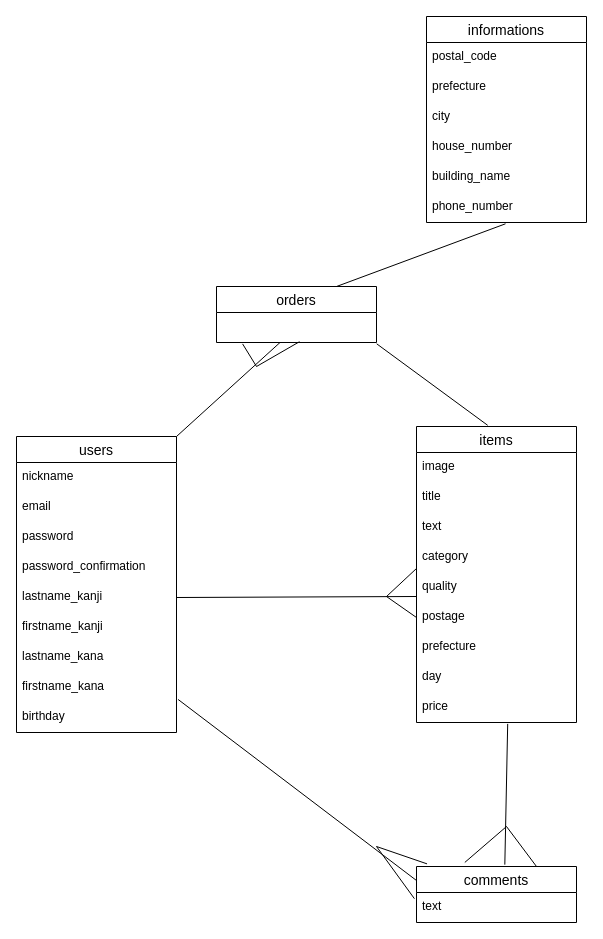
Before: ER.dio in peter0726/furima-41113, a draw.io diagram. Source tidied: cells renumbered, new cells numbered last; positions are measured from the earlier drawing's top-left corner, leaving out a move shared by most shapes. Both pictures are drawn from the tidied source at 100%, with x=0, y=0 at pixel (16, 16).
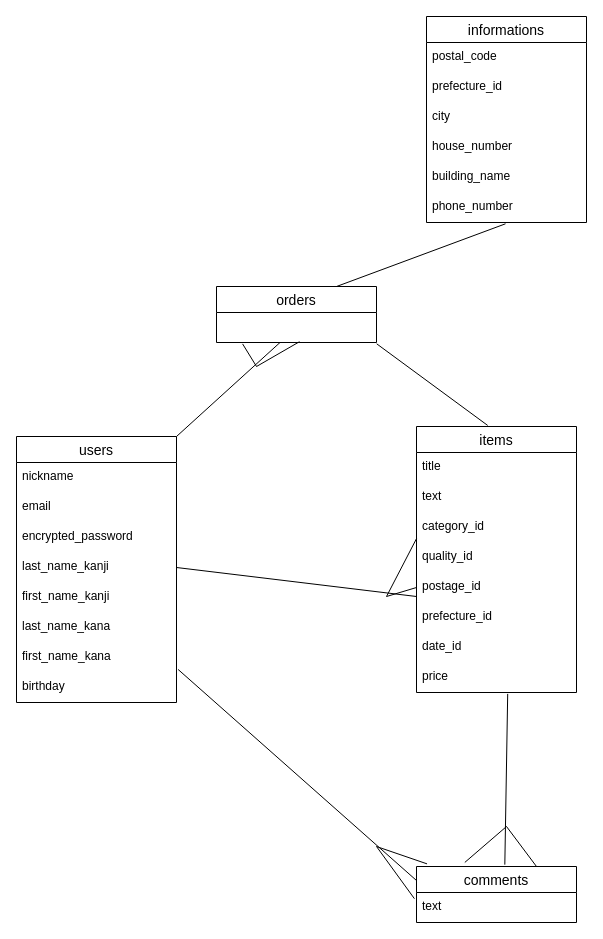
The same page after the edit.

Commit message (it also covers changes not shown here):
ER図、readmeの修正

Unchanged cells that the change refers to:
```xml
<mxCell id="25" value="informations" style="swimlane;fontStyle=0;horizontal=1;startSize=26;align=center;fontSize=14;" parent="1" vertex="1">
  <mxGeometry x="410" width="160" height="206" as="geometry" />
</mxCell>
```

Diff of the diagram source:
```diff
@@
     <mxCell id="2" value="users" style="swimlane;fontStyle=0;horizontal=1;startSize=26;align=center;fontSize=14;" parent="1" vertex="1">
-      <mxGeometry y="420" width="160" height="296" as="geometry" />
+      <mxGeometry y="420" width="160" height="266" as="geometry" />
     </mxCell>
@@
-    <mxCell id="5" value="password" style="text;strokeColor=none;fillColor=none;spacingLeft=4;spacingRight=4;overflow=hidden;fontSize=12;" parent="2" vertex="1">
-      <mxGeometry y="86" width="160" height="30" as="geometry" />
-    </mxCell>
-    <mxCell id="6" value="password_confirmation" style="text;strokeColor=none;fillColor=none;spacingLeft=4;spacingRight=4;overflow=hidden;fontSize=12;" parent="2" vertex="1">
-      <mxGeometry y="116" width="160" height="30" as="geometry" />
+    <mxCell id="6" value="encrypted_password" style="text;strokeColor=none;fillColor=none;spacingLeft=4;spacingRight=4;overflow=hidden;fontSize=12;" parent="2" vertex="1">
+      <mxGeometry y="86" width="160" height="30" as="geometry" />
     </mxCell>
-    <mxCell id="7" value="lastname_kanji" style="text;strokeColor=none;fillColor=none;spacingLeft=4;spacingRight=4;overflow=hidden;points=[[0,0.5],[1,0.5]];portConstraint=eastwest;fontSize=12;" parent="2" vertex="1">
-      <mxGeometry y="146" width="160" height="30" as="geometry" />
+    <mxCell id="7" value="last_name_kanji" style="text;strokeColor=none;fillColor=none;spacingLeft=4;spacingRight=4;overflow=hidden;points=[[0,0.5],[1,0.5]];portConstraint=eastwest;fontSize=12;" parent="2" vertex="1">
+      <mxGeometry y="116" width="160" height="30" as="geometry" />
     </mxCell>
-    <mxCell id="8" value="firstname_kanji" style="text;strokeColor=none;fillColor=none;spacingLeft=4;spacingRight=4;overflow=hidden;fontSize=12;" parent="2" vertex="1">
-      <mxGeometry y="176" width="160" height="30" as="geometry" />
+    <mxCell id="8" value="first_name_kanji" style="text;strokeColor=none;fillColor=none;spacingLeft=4;spacingRight=4;overflow=hidden;fontSize=12;" parent="2" vertex="1">
+      <mxGeometry y="146" width="160" height="30" as="geometry" />
     </mxCell>
-    <mxCell id="9" value="lastname_kana" style="text;strokeColor=none;fillColor=none;spacingLeft=4;spacingRight=4;overflow=hidden;fontSize=12;" parent="2" vertex="1">
-      <mxGeometry y="206" width="160" height="30" as="geometry" />
+    <mxCell id="9" value="last_name_kana" style="text;strokeColor=none;fillColor=none;spacingLeft=4;spacingRight=4;overflow=hidden;fontSize=12;" parent="2" vertex="1">
+      <mxGeometry y="176" width="160" height="30" as="geometry" />
     </mxCell>
-    <mxCell id="10" value="firstname_kana" style="text;strokeColor=none;fillColor=none;spacingLeft=4;spacingRight=4;overflow=hidden;fontSize=12;" parent="2" vertex="1">
-      <mxGeometry y="236" width="160" height="30" as="geometry" />
+    <mxCell id="10" value="first_name_kana" style="text;strokeColor=none;fillColor=none;spacingLeft=4;spacingRight=4;overflow=hidden;fontSize=12;" parent="2" vertex="1">
+      <mxGeometry y="206" width="160" height="30" as="geometry" />
     </mxCell>
     <mxCell id="11" value="birthday" style="text;strokeColor=none;fillColor=none;spacingLeft=4;spacingRight=4;overflow=hidden;points=[[0,0.5],[1,0.5]];portConstraint=eastwest;fontSize=12;" parent="2" vertex="1">
-      <mxGeometry y="266" width="160" height="30" as="geometry" />
+      <mxGeometry y="236" width="160" height="30" as="geometry" />
     </mxCell>
     <mxCell id="12" value="items" style="swimlane;fontStyle=0;horizontal=1;startSize=26;align=center;fontSize=14;" parent="1" vertex="1">
-      <mxGeometry x="400" y="410" width="160" height="296" as="geometry" />
+      <mxGeometry x="400" y="410" width="160" height="266" as="geometry" />
     </mxCell>
-    <mxCell id="13" value="image" style="text;strokeColor=none;fillColor=none;spacingLeft=4;spacingRight=4;overflow=hidden;fontSize=12;" parent="12" vertex="1">
-      <mxGeometry y="26" width="160" height="30" as="geometry" />
-    </mxCell>
     <mxCell id="14" value="title" style="text;strokeColor=none;fillColor=none;spacingLeft=4;spacingRight=4;overflow=hidden;fontSize=12;" parent="12" vertex="1">
-      <mxGeometry y="56" width="160" height="30" as="geometry" />
+      <mxGeometry y="26" width="160" height="30" as="geometry" />
     </mxCell>
     <mxCell id="15" value="text" style="text;strokeColor=none;fillColor=none;spacingLeft=4;spacingRight=4;overflow=hidden;fontSize=12;" parent="12" vertex="1">
-      <mxGeometry y="86" width="160" height="30" as="geometry" />
+      <mxGeometry y="56" width="160" height="30" as="geometry" />
     </mxCell>
-    <mxCell id="16" value="category" style="text;strokeColor=none;fillColor=none;spacingLeft=4;spacingRight=4;overflow=hidden;points=[[0,0.5],[1,0.5]];portConstraint=eastwest;fontSize=12;" parent="12" vertex="1">
-      <mxGeometry y="116" width="160" height="30" as="geometry" />
+    <mxCell id="16" value="category_id" style="text;strokeColor=none;fillColor=none;spacingLeft=4;spacingRight=4;overflow=hidden;points=[[0,0.5],[1,0.5]];portConstraint=eastwest;fontSize=12;" parent="12" vertex="1">
+      <mxGeometry y="86" width="160" height="30" as="geometry" />
     </mxCell>
-    <mxCell id="17" value="quality" style="text;strokeColor=none;fillColor=none;spacingLeft=4;spacingRight=4;overflow=hidden;fontSize=12;" parent="12" vertex="1">
-      <mxGeometry y="146" width="160" height="30" as="geometry" />
+    <mxCell id="17" value="quality_id" style="text;strokeColor=none;fillColor=none;spacingLeft=4;spacingRight=4;overflow=hidden;fontSize=12;" parent="12" vertex="1">
+      <mxGeometry y="116" width="160" height="30" as="geometry" />
     </mxCell>
-    <mxCell id="18" value="postage" style="text;strokeColor=none;fillColor=none;spacingLeft=4;spacingRight=4;overflow=hidden;points=[[0,0.5],[1,0.5]];portConstraint=eastwest;fontSize=12;" parent="12" vertex="1">
-      <mxGeometry y="176" width="160" height="30" as="geometry" />
+    <mxCell id="18" value="postage_id" style="text;strokeColor=none;fillColor=none;spacingLeft=4;spacingRight=4;overflow=hidden;points=[[0,0.5],[1,0.5]];portConstraint=eastwest;fontSize=12;" parent="12" vertex="1">
+      <mxGeometry y="146" width="160" height="30" as="geometry" />
     </mxCell>
-    <mxCell id="19" value="prefecture" style="text;strokeColor=none;fillColor=none;spacingLeft=4;spacingRight=4;overflow=hidden;fontSize=12;" parent="12" vertex="1">
-      <mxGeometry y="206" width="160" height="30" as="geometry" />
+    <mxCell id="19" value="prefecture_id" style="text;strokeColor=none;fillColor=none;spacingLeft=4;spacingRight=4;overflow=hidden;fontSize=12;" parent="12" vertex="1">
+      <mxGeometry y="176" width="160" height="30" as="geometry" />
     </mxCell>
-    <mxCell id="20" value="day" style="text;strokeColor=none;fillColor=none;spacingLeft=4;spacingRight=4;overflow=hidden;fontSize=12;" parent="12" vertex="1">
-      <mxGeometry y="236" width="160" height="30" as="geometry" />
+    <mxCell id="20" value="date_id" style="text;strokeColor=none;fillColor=none;spacingLeft=4;spacingRight=4;overflow=hidden;fontSize=12;" parent="12" vertex="1">
+      <mxGeometry y="206" width="160" height="30" as="geometry" />
     </mxCell>
     <mxCell id="21" value="price" style="text;strokeColor=none;fillColor=none;spacingLeft=4;spacingRight=4;overflow=hidden;points=[[0,0.5],[1,0.5]];portConstraint=eastwest;fontSize=12;" parent="12" vertex="1">
-      <mxGeometry y="266" width="160" height="30" as="geometry" />
+      <mxGeometry y="236" width="160" height="30" as="geometry" />
     </mxCell>
@@
-    <mxCell id="27" value="prefecture" style="text;strokeColor=none;fillColor=none;spacingLeft=4;spacingRight=4;overflow=hidden;fontSize=12;" parent="25" vertex="1">
+    <mxCell id="27" value="prefecture_id" style="text;strokeColor=none;fillColor=none;spacingLeft=4;spacingRight=4;overflow=hidden;fontSize=12;" parent="25" vertex="1">
       <mxGeometry y="56" width="160" height="30" as="geometry" />
     </mxCell>
```
